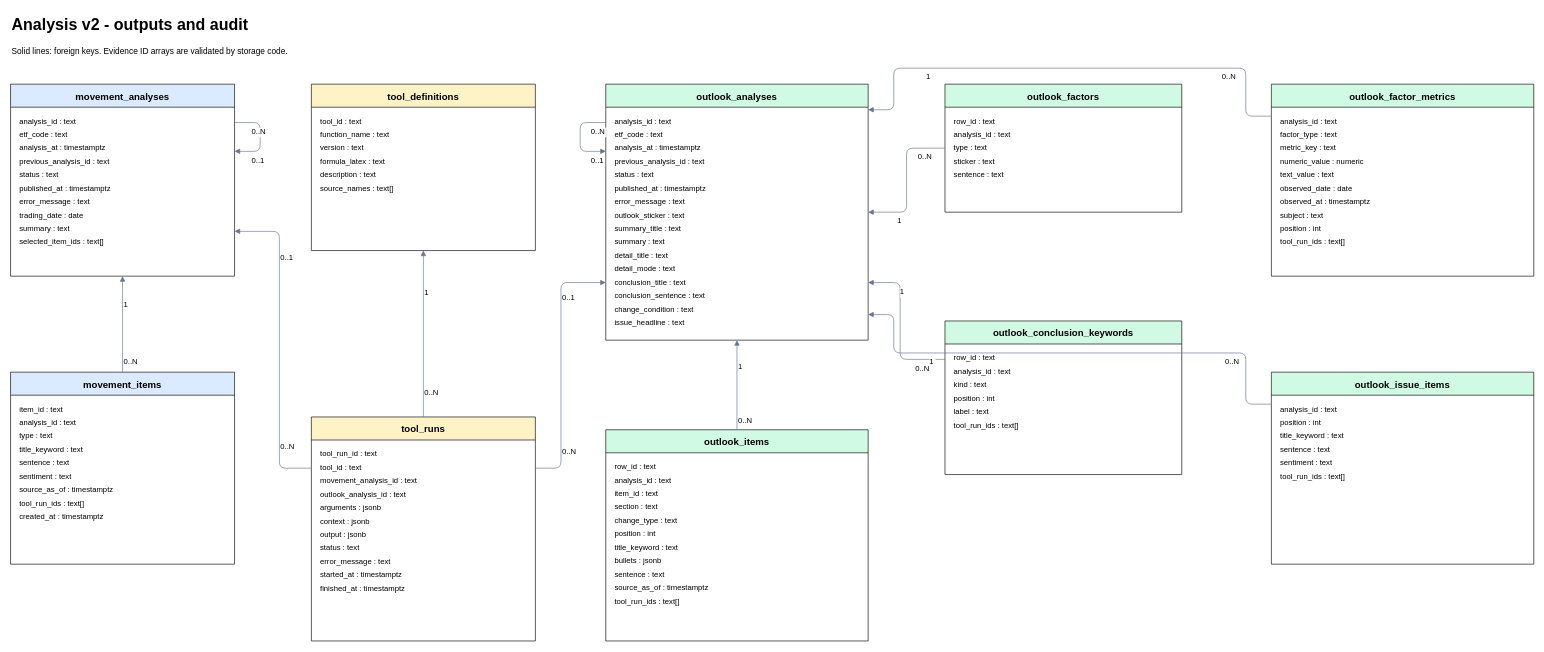
alphaeveryday/edge keeps this draw.io diagram as docs/data-model/domains/analysis-v2/erd.drawio. Above is the earlier version. Source tidied: cells renumbered, new cells numbered last; positions are measured from the earlier drawing's top-left corner, leaving out a move shared by most shapes. Both pictures are drawn from the tidied source at 64%, with x=0, y=0 at pixel (10, 10).
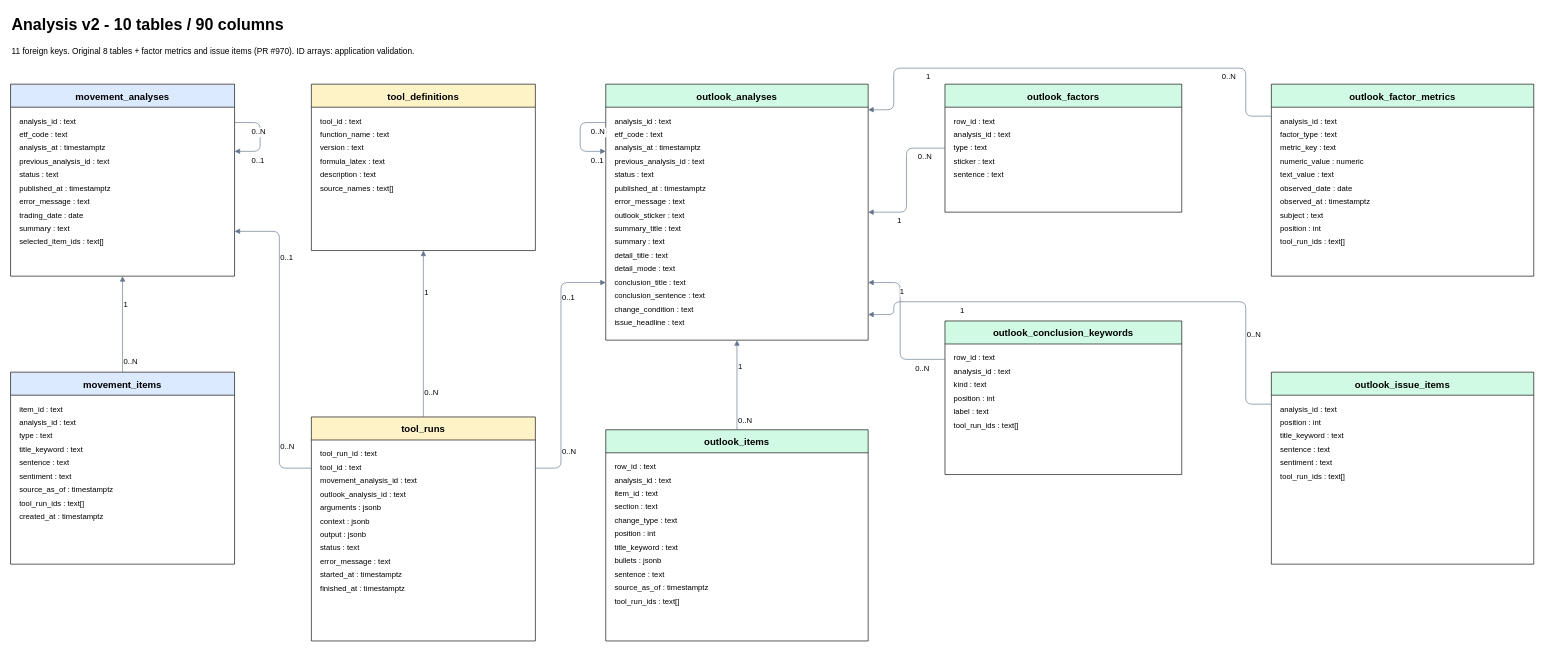
Above is the later version.

Commit message (it also covers changes not shown here):
docs(analysis-v2): ERD를 구현 스키마와 대조하고 불일치를 수정한다

The change refers to these unchanged cells:
```xml
<mxCell id="25" value="outlook_analyses" style="swimlane;html=0;startSize=36;fillColor=#d1fae5;fontSize=15;" parent="1" vertex="1">
  <mxGeometry x="930" y="115" width="410" height="400" as="geometry" />
</mxCell>
<mxCell id="127" value="outlook_issue_items" style="swimlane;html=0;startSize=36;fillColor=#d1fae5;fontSize=15;" parent="1" vertex="1">
  <mxGeometry x="1970" y="565" width="410" height="300" as="geometry" />
</mxCell>
```

Diff of the diagram source:
```diff
@@
-    <mxCell id="2" value="Analysis v2 - outputs and audit" style="text;html=0;fontSize=25;fontStyle=1;align=left;" parent="1" vertex="1">
+    <mxCell id="2" value="Analysis v2 - 10 tables / 90 columns" style="text;html=0;fontSize=25;fontStyle=1;align=left;" parent="1" vertex="1">
       <mxGeometry width="1000" height="40" as="geometry" />
     </mxCell>
-    <mxCell id="3" value="Solid lines: foreign keys. Evidence ID arrays are validated by storage code." style="text;html=0;fontSize=13;align=left;" parent="1" vertex="1">
+    <mxCell id="3" value="11 foreign keys. Original 8 tables + factor metrics and issue items (PR #970). ID arrays: application validation." style="text;html=0;fontSize=13;align=left;" parent="1" vertex="1">
       <mxGeometry y="50" width="1200" height="30" as="geometry" />
     </mxCell>
@@
     <mxCell id="134" style="edgeStyle=orthogonalEdgeStyle;html=0;endArrow=block;strokeColor=#64748b;" parent="1" edge="1" source="127" target="25">
       <mxGeometry relative="1" as="geometry">
         <Array as="points">
           <mxPoint x="1930" y="615" />
-          <mxPoint x="1930" y="535" />
-          <mxPoint x="1380" y="535" />
+          <mxPoint x="1930" y="455" />
+          <mxPoint x="1380" y="455" />
           <mxPoint x="1380" y="475" />
         </Array>
       </mxGeometry>
     </mxCell>
```
